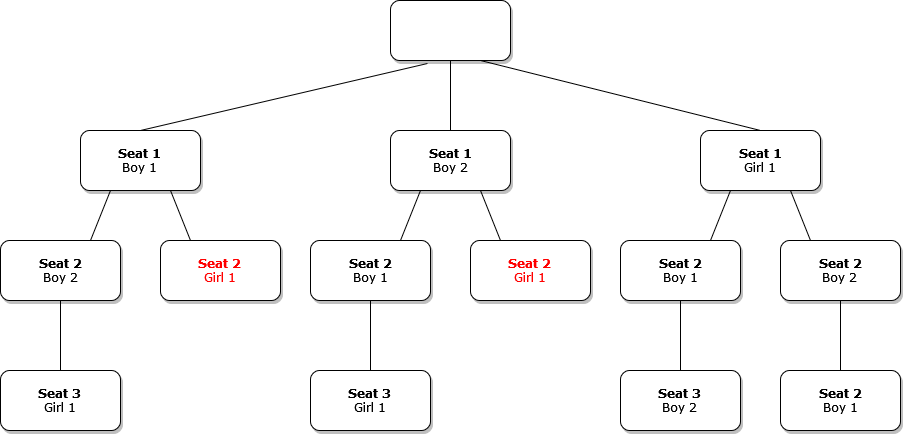
Before: images/notes-backtracking/simple-backtrack-tree-2.png, a diagram exported from draw.io (cj-mills/christianjmills). Source tidied: cells renumbered, new cells last; positions are measured from the earlier drawing's top-left corner, leaving out a move shared by most shapes.
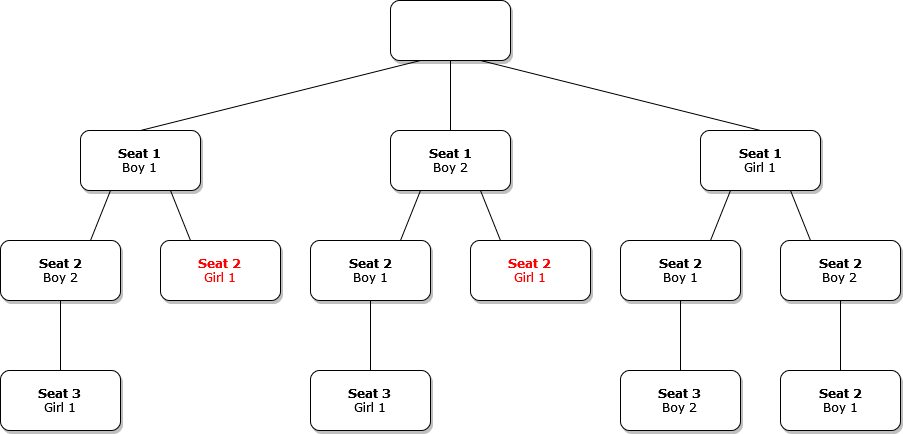
After the change.

What changed in the source:
```diff
@@ -74,8 +74,10 @@
     <mxCell id="25" style="endArrow=none;html=1;rounded=0;entryX=0.5;entryY=1;entryDx=0;entryDy=0;exitX=0.5;exitY=0;exitDx=0;exitDy=0;" parent="1" edge="1" source="24" target="19">
       <mxGeometry relative="1" as="geometry" />
     </mxCell>
-    <mxCell id="26" style="endArrow=none;html=1;rounded=0;entryX=0.308;entryY=1.05;entryDx=0;entryDy=0;exitX=0.5;exitY=0;exitDx=0;exitDy=0;entryPerimeter=0;" parent="1" edge="1" source="3" target="2">
-      <mxGeometry relative="1" as="geometry" />
+    <mxCell id="26" style="endArrow=none;html=1;rounded=0;exitX=0.5;exitY=0;exitDx=0;exitDy=0;" parent="1" edge="1" source="3">
+      <mxGeometry relative="1" as="geometry">
+        <mxPoint x="420" y="60" as="targetPoint" />
+      </mxGeometry>
     </mxCell>
     <mxCell id="27" style="endArrow=none;html=1;rounded=0;entryX=0.5;entryY=1;entryDx=0;entryDy=0;exitX=0.5;exitY=0;exitDx=0;exitDy=0;" parent="1" edge="1" source="10" target="2">
       <mxGeometry relative="1" as="geometry" />
```
